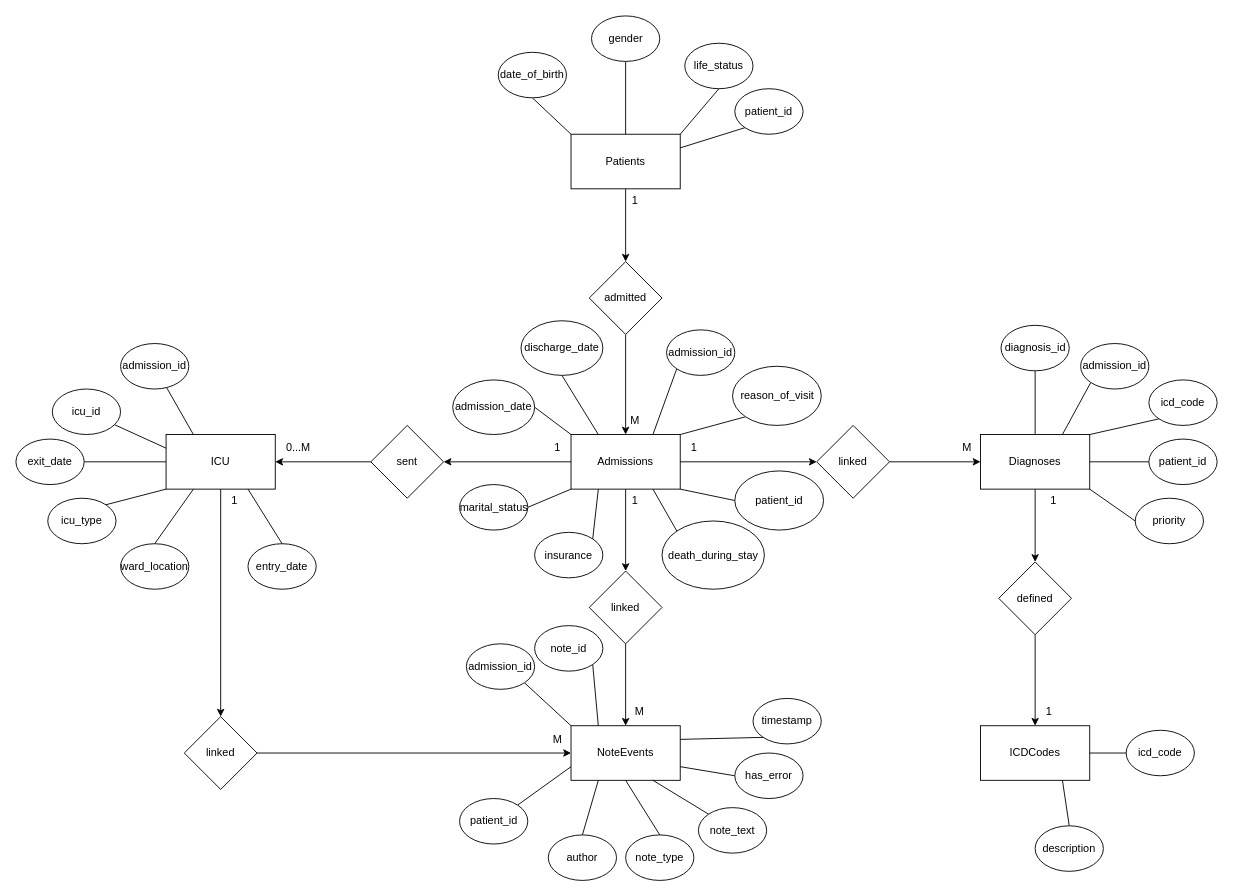
Joshua131313/soen363 keeps this draw.io diagram as page "Chen Diagram" (3 of 3) of Untitled Diagram.drawio. Above is the earlier version. Source tidied: cells renumbered, new cells numbered last; positions are measured from the earlier drawing's top-left corner, leaving out a move shared by most shapes. Both pictures are drawn from the tidied source at 91%, with x=0, y=0 at pixel (15, 15).
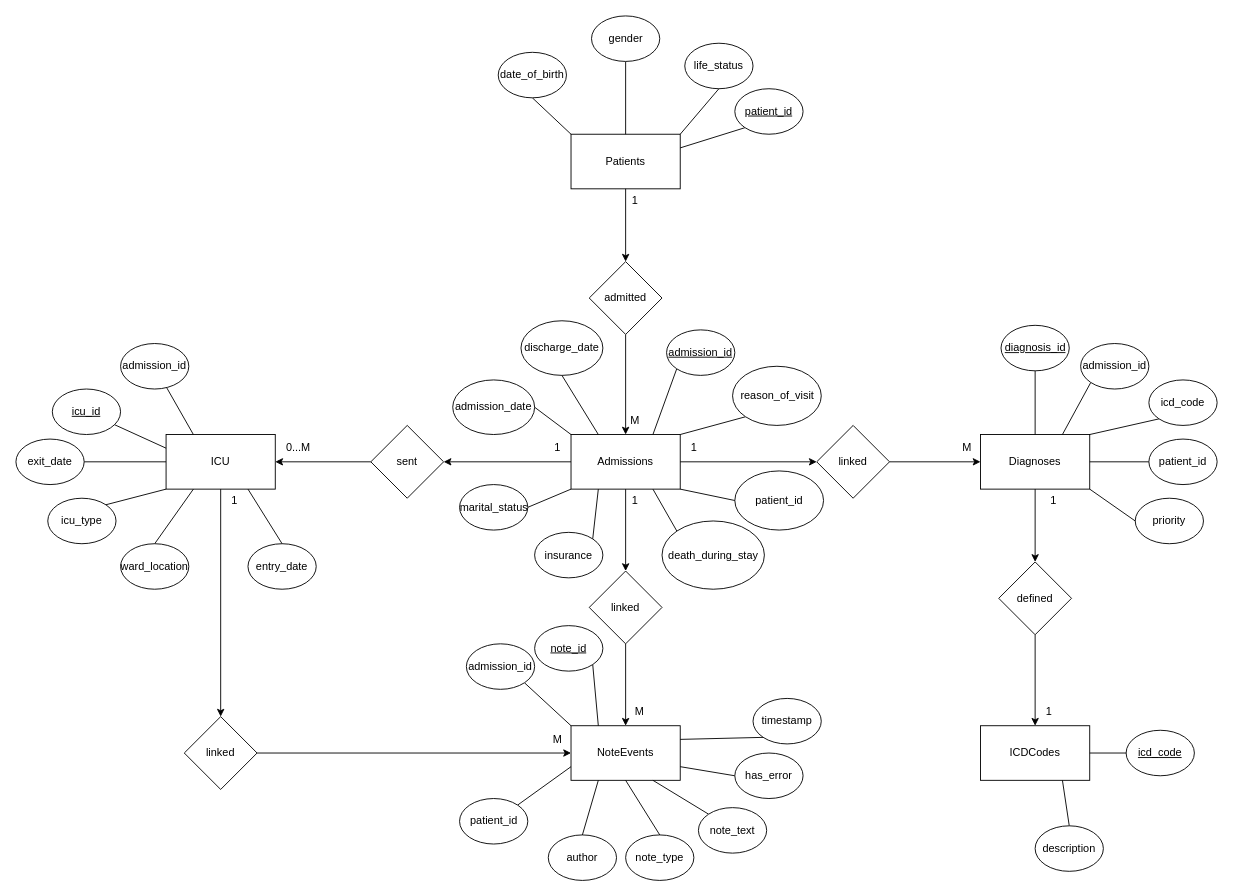
The same diagram, later.

Commit message:
Added underline to primary keys in Chen diagram

The edit, as a diff of the source:
```diff
@@
-    <mxCell id="21" value="patient_id" style="ellipse;whiteSpace=wrap;html=1;" parent="1" vertex="1">
+    <mxCell id="21" value="&lt;u&gt;patient_id&lt;/u&gt;" style="ellipse;whiteSpace=wrap;html=1;" parent="1" vertex="1">
       <mxGeometry x="790" y="80" width="75" height="50" as="geometry" />
     </mxCell>
@@
-    <mxCell id="23" value="icu_id" style="ellipse;whiteSpace=wrap;html=1;" parent="1" vertex="1">
+    <mxCell id="23" value="&lt;u&gt;icu_id&lt;/u&gt;" style="ellipse;whiteSpace=wrap;html=1;" parent="1" vertex="1">
       <mxGeometry x="40" y="410" width="75" height="50" as="geometry" />
     </mxCell>
@@
-    <mxCell id="35" value="note_id" style="ellipse;whiteSpace=wrap;html=1;" parent="1" vertex="1">
+    <mxCell id="35" value="&lt;u&gt;note_id&lt;/u&gt;" style="ellipse;whiteSpace=wrap;html=1;" parent="1" vertex="1">
       <mxGeometry x="570" y="670" width="75" height="50" as="geometry" />
     </mxCell>
@@
-    <mxCell id="49" value="diagnosis_id" style="ellipse;whiteSpace=wrap;html=1;" parent="1" vertex="1">
+    <mxCell id="49" value="&lt;u&gt;diagnosis_id&lt;/u&gt;" style="ellipse;whiteSpace=wrap;html=1;" parent="1" vertex="1">
       <mxGeometry x="1082.5" y="340" width="75" height="50" as="geometry" />
     </mxCell>
@@
-    <mxCell id="59" value="icd_code" style="ellipse;whiteSpace=wrap;html=1;" parent="1" vertex="1">
+    <mxCell id="59" value="&lt;u&gt;icd_code&lt;/u&gt;" style="ellipse;whiteSpace=wrap;html=1;" parent="1" vertex="1">
       <mxGeometry x="1220" y="785" width="75" height="50" as="geometry" />
     </mxCell>
@@
-    <mxCell id="63" value="admission_id" style="ellipse;whiteSpace=wrap;html=1;" parent="1" vertex="1">
+    <mxCell id="63" value="&lt;u&gt;admission_id&lt;/u&gt;" style="ellipse;whiteSpace=wrap;html=1;" parent="1" vertex="1">
       <mxGeometry x="715" y="345" width="75" height="50" as="geometry" />
     </mxCell>
```
